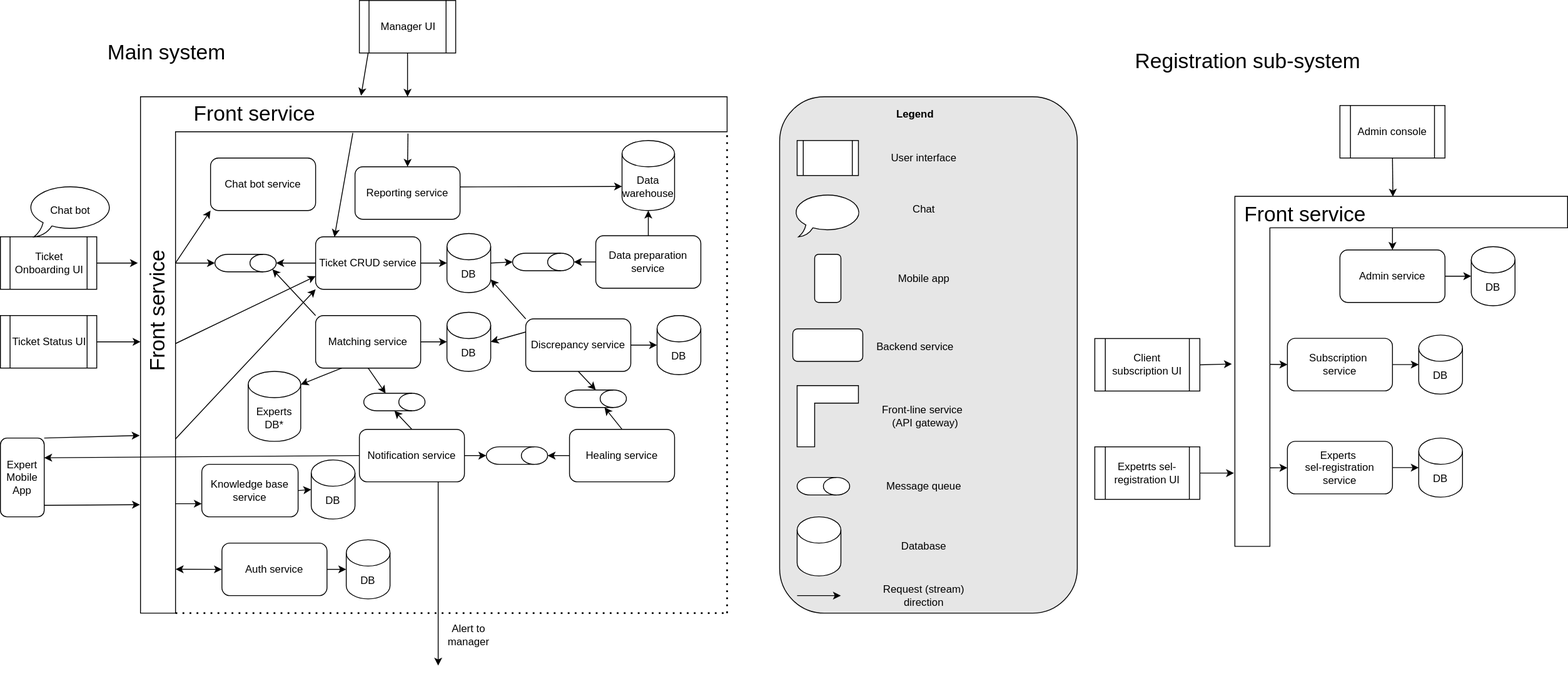
Before: diagrams/system.svg, a diagram exported from draw.io (archkatas-team-oreilly-21/solution). Source tidied: cells renumbered, new cells last; positions are measured from the earlier drawing's top-left corner, leaving out a move shared by most shapes.
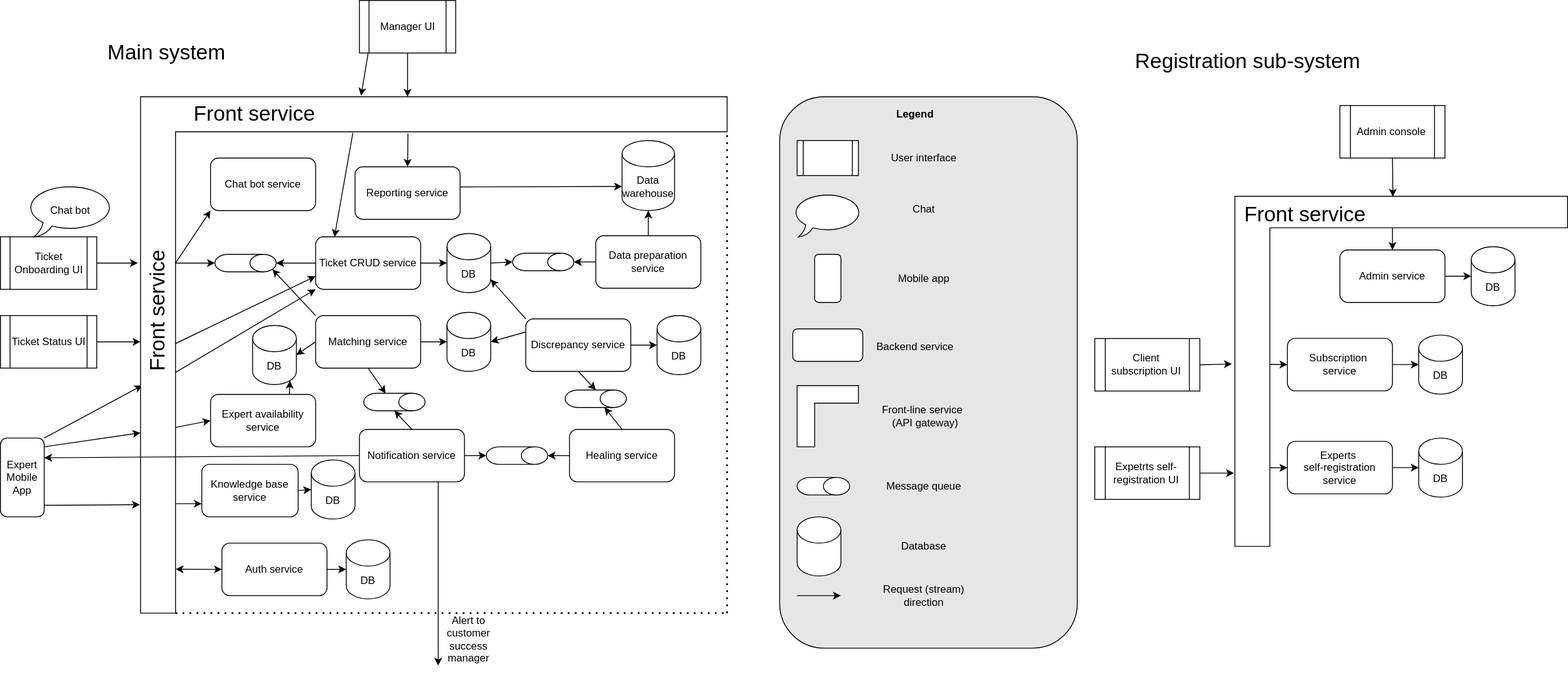
The same diagram one commit later.

Commit message:
aws diagram

What changed in the source:
```diff
@@ -22,9 +22,9 @@
         <mxPoint x="440" y="449" as="targetPoint" />
       </mxGeometry>
     </mxCell>
-    <mxCell id="8" style="edgeStyle=none;rounded=0;jettySize=auto;html=1;exitX=0.25;exitY=1;exitDx=0;exitDy=0;entryX=1;entryY=0;entryDx=0;entryDy=15;entryPerimeter=0;" parent="1" edge="1" source="9" target="70">
-      <mxGeometry relative="1" as="geometry" />
-    </mxCell>
+    <mxCell id="112" style="edgeStyle=none;rounded=0;jettySize=auto;html=1;exitX=0;exitY=0.5;exitDx=0;exitDy=0;entryX=1;entryY=0.5;entryDx=0;entryDy=0;entryPerimeter=0;" parent="1" edge="1" source="9" target="114">
+      <mxGeometry relative="1" as="geometry" />
+    </mxCell>
     <mxCell id="9" value="Matching service" style="rounded=1;whiteSpace=wrap;html=1;" parent="1" vertex="1">
       <mxGeometry x="360" y="360" width="120" height="60" as="geometry" />
     </mxCell>
@@ -36,10 +36,8 @@
     <mxCell id="11" value="Ticket Onboarding UI" style="shape=process;whiteSpace=wrap;html=1;backgroundOutline=1;" parent="1" vertex="1">
       <mxGeometry y="270" width="110" height="60" as="geometry" />
     </mxCell>
-    <mxCell id="12" style="edgeStyle=none;rounded=0;jettySize=auto;html=1;entryX=0;entryY=1;entryDx=0;entryDy=0;" parent="1" edge="1" target="4">
-      <mxGeometry relative="1" as="geometry">
-        <mxPoint x="200" y="501" as="sourcePoint" />
-      </mxGeometry>
+    <mxCell id="12" style="edgeStyle=none;rounded=0;jettySize=auto;html=1;entryX=0;entryY=1;entryDx=0;entryDy=0;exitX=0;exitY=0;exitDx=40;exitDy=315;exitPerimeter=0;" parent="1" edge="1" source="27" target="4">
+      <mxGeometry relative="1" as="geometry" />
     </mxCell>
     <mxCell id="13" style="shape=cylinder3;whiteSpace=wrap;html=1;boundedLbl=1;backgroundOutline=1;size=15;rotation=90;" parent="1" vertex="1">
       <mxGeometry x="270" y="265" width="20" height="70" as="geometry" />
@@ -75,10 +73,8 @@
     <mxCell id="22" style="shape=cylinder3;whiteSpace=wrap;html=1;boundedLbl=1;backgroundOutline=1;size=15;rotation=90;" parent="1" vertex="1">
       <mxGeometry x="440" y="423.8" width="20" height="70" as="geometry" />
     </mxCell>
-    <mxCell id="23" style="edgeStyle=none;rounded=0;jettySize=auto;html=1;exitX=1;exitY=0;exitDx=0;exitDy=0;" parent="1" edge="1" source="25">
-      <mxGeometry relative="1" as="geometry">
-        <mxPoint x="159" y="497" as="targetPoint" />
-      </mxGeometry>
+    <mxCell id="23" style="edgeStyle=none;rounded=0;jettySize=auto;html=1;exitX=1;exitY=0;exitDx=0;exitDy=0;entryX=0.003;entryY=0.559;entryDx=0;entryDy=0;entryPerimeter=0;" parent="1" edge="1" source="25" target="27">
+      <mxGeometry relative="1" as="geometry" />
     </mxCell>
     <mxCell id="24" style="edgeStyle=none;rounded=0;jettySize=auto;html=1;exitX=0.99;exitY=0.854;exitDx=0;exitDy=0;entryX=-0.001;entryY=0.79;entryDx=0;entryDy=0;entryPerimeter=0;exitPerimeter=0;" parent="1" edge="1" source="25" target="27">
       <mxGeometry relative="1" as="geometry" />
@@ -89,6 +85,9 @@
     <mxCell id="26" style="edgeStyle=none;rounded=0;jettySize=auto;html=1;entryX=0.5;entryY=0;entryDx=0;entryDy=0;exitX=0.456;exitY=0.071;exitDx=0;exitDy=0;exitPerimeter=0;" parent="1" edge="1" source="27" target="42">
       <mxGeometry relative="1" as="geometry" />
     </mxCell>
+    <mxCell id="113" style="edgeStyle=none;rounded=0;jettySize=auto;html=1;exitX=0.057;exitY=0.641;exitDx=0;exitDy=0;exitPerimeter=0;entryX=0;entryY=0.5;entryDx=0;entryDy=0;" parent="1" edge="1" source="27" target="117">
+      <mxGeometry relative="1" as="geometry" />
+    </mxCell>
     <mxCell id="27" style="shape=corner;whiteSpace=wrap;html=1;dx=40;dy=40;" parent="1" vertex="1">
       <mxGeometry x="160" y="110" width="670" height="590" as="geometry" />
     </mxCell>
@@ -231,14 +230,11 @@
     <mxCell id="68" value="DB" style="shape=cylinder3;whiteSpace=wrap;html=1;boundedLbl=1;backgroundOutline=1;size=15;" parent="1" vertex="1">
       <mxGeometry x="355" y="525" width="50" height="67.5" as="geometry" />
     </mxCell>
-    <mxCell id="69" value="Alert to manager" style="text;html=1;strokeColor=none;fillColor=none;align=center;verticalAlign=middle;whiteSpace=wrap;rounded=0;" parent="1" vertex="1">
-      <mxGeometry x="500" y="720" width="70" height="10" as="geometry" />
+    <mxCell id="69" value="Alert to customer success manager" style="text;html=1;strokeColor=none;fillColor=none;align=center;verticalAlign=middle;whiteSpace=wrap;rounded=0;" parent="1" vertex="1">
+      <mxGeometry x="500" y="720" width="70" height="20" as="geometry" />
     </mxCell>
-    <mxCell id="70" value="Experts&lt;br&gt;DB*" style="shape=cylinder3;whiteSpace=wrap;html=1;boundedLbl=1;backgroundOutline=1;size=15;" parent="1" vertex="1">
-      <mxGeometry x="283" y="423.8" width="60" height="80" as="geometry" />
-    </mxCell>
     <mxCell id="71" style="rounded=1;whiteSpace=wrap;html=1;fillColor=#E6E6E6;" parent="1" vertex="1">
-      <mxGeometry x="890" y="110" width="340" height="590" as="geometry" />
+      <mxGeometry x="890" y="110" width="340" height="630" as="geometry" />
     </mxCell>
     <mxCell id="72" style="shape=process;whiteSpace=wrap;html=1;backgroundOutline=1;" parent="1" vertex="1">
       <mxGeometry x="910" y="160" width="70" height="40" as="geometry" />
@@ -352,13 +348,13 @@
         <mxPoint x="1409" y="540" as="targetPoint" />
       </mxGeometry>
     </mxCell>
-    <mxCell id="107" value="Expetrts sel-registration UI" style="shape=process;whiteSpace=wrap;html=1;backgroundOutline=1;" parent="1" vertex="1">
+    <mxCell id="107" value="Expetrts self-registration UI" style="shape=process;whiteSpace=wrap;html=1;backgroundOutline=1;" parent="1" vertex="1">
       <mxGeometry x="1250" y="510" width="120" height="60" as="geometry" />
     </mxCell>
     <mxCell id="108" style="edgeStyle=none;rounded=0;jettySize=auto;html=1;exitX=1;exitY=0.5;exitDx=0;exitDy=0;entryX=0;entryY=0.5;entryDx=0;entryDy=0;entryPerimeter=0;" parent="1" edge="1" source="109" target="110">
       <mxGeometry relative="1" as="geometry" />
     </mxCell>
-    <mxCell id="109" value="Experts&amp;nbsp;&lt;br&gt;sel-registration&lt;br&gt;service" style="rounded=1;whiteSpace=wrap;html=1;" parent="1" vertex="1">
+    <mxCell id="109" value="Experts&amp;nbsp;&lt;br&gt;self-registration&lt;br&gt;service" style="rounded=1;whiteSpace=wrap;html=1;" parent="1" vertex="1">
       <mxGeometry x="1470" y="503.8" width="120" height="60" as="geometry" />
     </mxCell>
     <mxCell id="110" value="DB" style="shape=cylinder3;whiteSpace=wrap;html=1;boundedLbl=1;backgroundOutline=1;size=15;" parent="1" vertex="1">
@@ -373,5 +369,20 @@
         </Array>
       </mxGeometry>
     </mxCell>
+    <mxCell id="114" value="DB" style="shape=cylinder3;whiteSpace=wrap;html=1;boundedLbl=1;backgroundOutline=1;size=15;" parent="1" vertex="1">
+      <mxGeometry x="288" y="371.2" width="50" height="67.5" as="geometry" />
+    </mxCell>
+    <mxCell id="115" style="endArrow=classic;html=1;" parent="1" edge="1">
+      <mxGeometry relative="1" as="geometry">
+        <mxPoint x="50" y="510" as="sourcePoint" />
+        <mxPoint x="160" y="494" as="targetPoint" />
+      </mxGeometry>
+    </mxCell>
+    <mxCell id="116" style="edgeStyle=none;rounded=0;jettySize=auto;html=1;exitX=0.75;exitY=0;exitDx=0;exitDy=0;entryX=0.855;entryY=1;entryDx=0;entryDy=-4.35;entryPerimeter=0;" parent="1" edge="1" source="117" target="114">
+      <mxGeometry relative="1" as="geometry" />
+    </mxCell>
+    <mxCell id="117" value="Expert availability service" style="rounded=1;whiteSpace=wrap;html=1;" parent="1" vertex="1">
+      <mxGeometry x="240" y="450" width="120" height="60" as="geometry" />
+    </mxCell>
   </root>
 </mxGraphModel>
```
